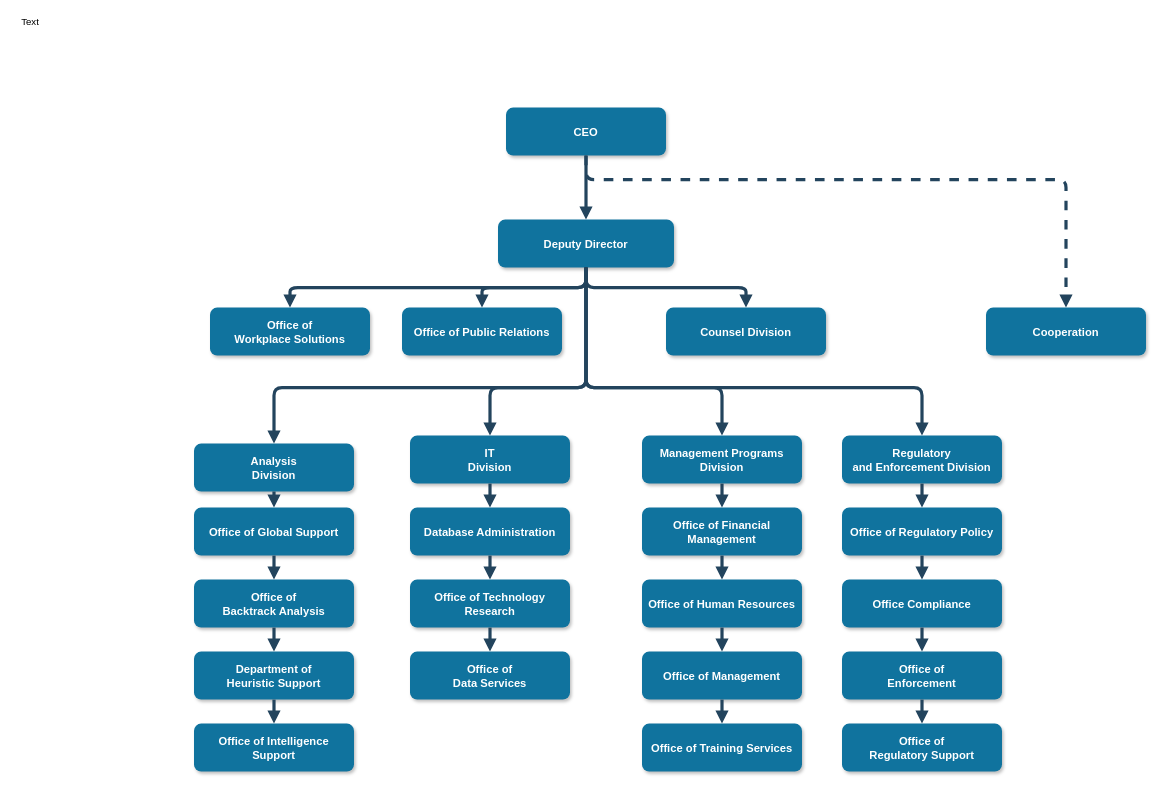
Earlier version of the draw.io diagram page "Page-1" (1 of 2) of Untitled Diagram.drawio (Rakholia1842/ERDiagram). Source tidied: cells renumbered, new cells numbered last; positions are measured from the earlier drawing's top-left corner, leaving out a move shared by most shapes. Both pictures are drawn from the tidied source at 80%, with x=0, y=0 at pixel (14, 14).
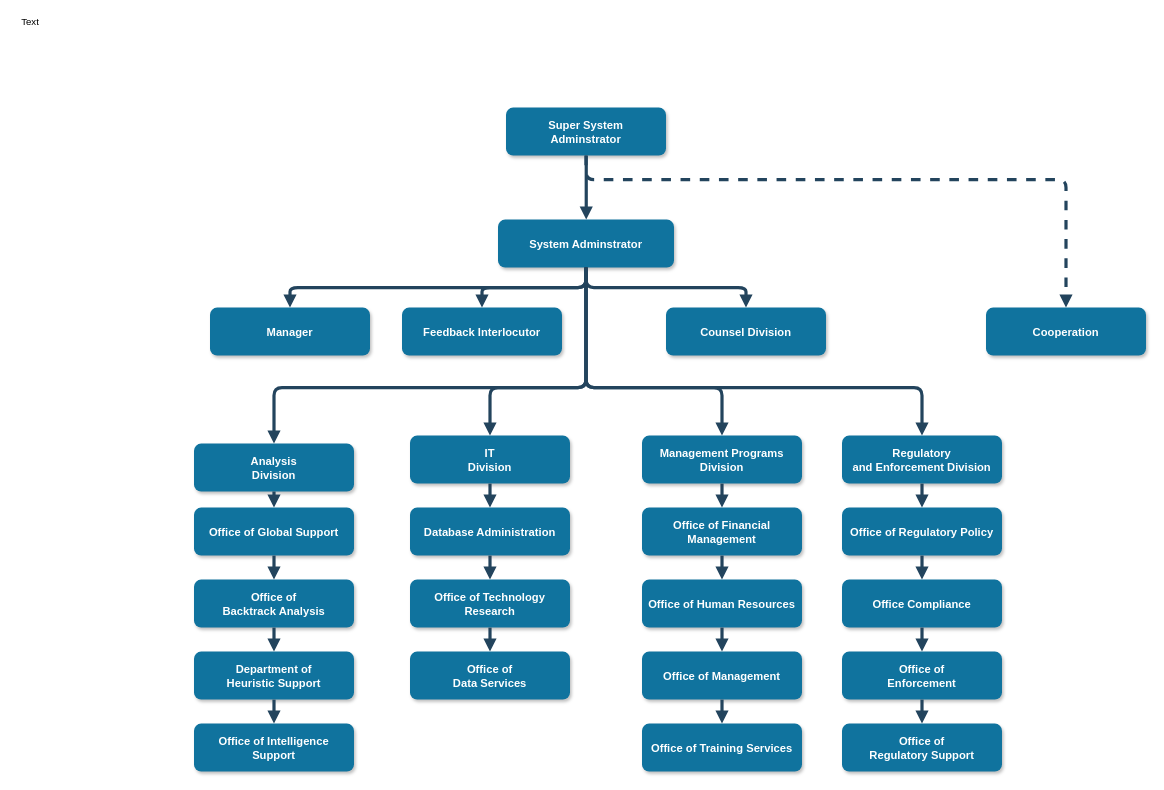
After the change.

The edit, as a diff of the source:
```diff
@@
-    <mxCell id="2" value="CEO" style="rounded=1;fillColor=#10739E;strokeColor=none;shadow=1;gradientColor=none;fontStyle=1;fontColor=#FFFFFF;fontSize=14;" parent="1" vertex="1">
+    <mxCell id="2" value="Super System&#10;Adminstrator" style="rounded=1;fillColor=#10739E;strokeColor=none;shadow=1;gradientColor=none;fontStyle=1;fontColor=#FFFFFF;fontSize=14;" parent="1" vertex="1">
       <mxGeometry x="615" y="117" width="200" height="60" as="geometry" />
     </mxCell>
-    <mxCell id="3" value="Deputy Director" style="rounded=1;fillColor=#10739E;strokeColor=none;shadow=1;gradientColor=none;fontStyle=1;fontColor=#FFFFFF;fontSize=14;" parent="1" vertex="1">
+    <mxCell id="3" value="System Adminstrator" style="rounded=1;fillColor=#10739E;strokeColor=none;shadow=1;gradientColor=none;fontStyle=1;fontColor=#FFFFFF;fontSize=14;" parent="1" vertex="1">
       <mxGeometry x="605" y="257" width="220" height="60" as="geometry" />
     </mxCell>
-    <mxCell id="4" value="Office of &#10;Workplace Solutions" style="rounded=1;fillColor=#10739E;strokeColor=none;shadow=1;gradientColor=none;fontStyle=1;fontColor=#FFFFFF;fontSize=14;" parent="1" vertex="1">
+    <mxCell id="4" value="Manager" style="rounded=1;fillColor=#10739E;strokeColor=none;shadow=1;gradientColor=none;fontStyle=1;fontColor=#FFFFFF;fontSize=14;" parent="1" vertex="1">
       <mxGeometry x="245" y="367" width="200" height="60" as="geometry" />
     </mxCell>
-    <mxCell id="5" value="Office of Public Relations" style="rounded=1;fillColor=#10739E;strokeColor=none;shadow=1;gradientColor=none;fontStyle=1;fontColor=#FFFFFF;fontSize=14;" parent="1" vertex="1">
+    <mxCell id="5" value="Feedback Interlocutor" style="rounded=1;fillColor=#10739E;strokeColor=none;shadow=1;gradientColor=none;fontStyle=1;fontColor=#FFFFFF;fontSize=14;" parent="1" vertex="1">
       <mxGeometry x="485" y="367" width="200" height="60" as="geometry" />
     </mxCell>
@@
-    <mxCell id="27" style="edgeStyle=elbowEdgeStyle;elbow=vertical;strokeWidth=4;endArrow=block;endFill=1;fontStyle=1;strokeColor=#23445D;" parent="1" edge="1" source="2" target="3">
-      <mxGeometry x="-30" y="74" as="geometry" />
-    </mxCell>
@@
+    <mxCell id="52" style="edgeStyle=elbowEdgeStyle;elbow=vertical;strokeWidth=4;endArrow=block;endFill=1;fontStyle=1;strokeColor=#23445D;" parent="1" edge="1">
+      <mxGeometry x="-29.7" y="74" as="geometry">
+        <mxPoint x="715.3" y="177" as="sourcePoint" />
+        <mxPoint x="715.3" y="257" as="targetPoint" />
+      </mxGeometry>
+    </mxCell>
```
